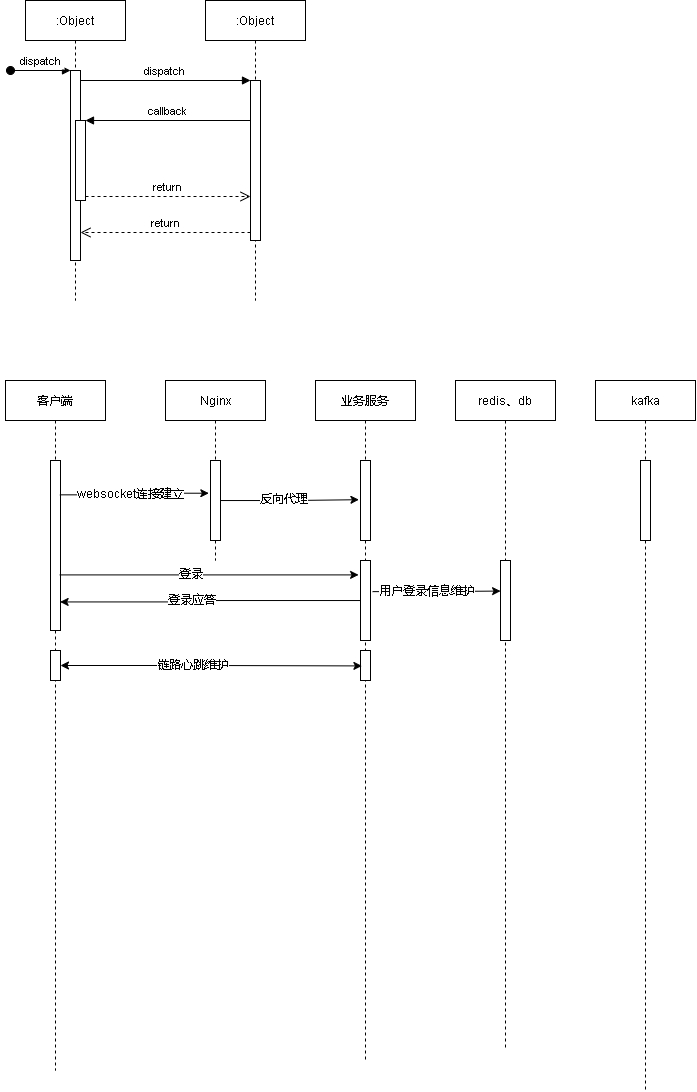
This is cgopro关键业务.drawio.png from xktder/draw, a draw.io export, as it was before one commit. Source tidied: cells renumbered, new cells last; positions are measured from the earlier drawing's top-left corner, leaving out a move shared by most shapes. Source of this version:
```xml
<mxGraphModel>
  <root>
    <mxCell id="0" />
    <mxCell id="1" parent="0" />
    <mxCell id="2" value=":Object" style="shape=umlLifeline;perimeter=lifelinePerimeter;rounded=0;shadow=0;strokeWidth=1;" parent="1" vertex="1">
      <mxGeometry x="20" width="100" height="300" as="geometry" />
    </mxCell>
    <mxCell id="3" style="points=[];perimeter=orthogonalPerimeter;rounded=0;shadow=0;strokeWidth=1;" parent="2" vertex="1">
      <mxGeometry x="45" y="70" width="10" height="190" as="geometry" />
    </mxCell>
    <mxCell id="4" value="dispatch" style="verticalAlign=bottom;startArrow=oval;endArrow=block;startSize=8;shadow=0;strokeWidth=1;" parent="2" edge="1" target="3">
      <mxGeometry relative="1" as="geometry">
        <mxPoint x="-15" y="70" as="sourcePoint" />
      </mxGeometry>
    </mxCell>
    <mxCell id="5" style="points=[];perimeter=orthogonalPerimeter;rounded=0;shadow=0;strokeWidth=1;" parent="2" vertex="1">
      <mxGeometry x="50" y="120" width="10" height="80" as="geometry" />
    </mxCell>
    <mxCell id="6" value=":Object" style="shape=umlLifeline;perimeter=lifelinePerimeter;rounded=0;shadow=0;strokeWidth=1;" parent="1" vertex="1">
      <mxGeometry x="200" width="100" height="300" as="geometry" />
    </mxCell>
    <mxCell id="7" style="points=[];perimeter=orthogonalPerimeter;rounded=0;shadow=0;strokeWidth=1;" parent="6" vertex="1">
      <mxGeometry x="45" y="80" width="10" height="160" as="geometry" />
    </mxCell>
    <mxCell id="8" value="return" style="verticalAlign=bottom;endArrow=open;dashed=1;endSize=8;exitX=0;exitY=0.95;shadow=0;strokeWidth=1;" parent="1" edge="1" source="7" target="3">
      <mxGeometry relative="1" as="geometry" />
    </mxCell>
    <mxCell id="9" value="dispatch" style="verticalAlign=bottom;endArrow=block;entryX=0;entryY=0;shadow=0;strokeWidth=1;" parent="1" edge="1" source="3" target="7">
      <mxGeometry relative="1" as="geometry" />
    </mxCell>
    <mxCell id="10" value="callback" style="verticalAlign=bottom;endArrow=block;entryX=1;entryY=0;shadow=0;strokeWidth=1;" parent="1" edge="1" source="7" target="5">
      <mxGeometry relative="1" as="geometry" />
    </mxCell>
    <mxCell id="11" value="return" style="verticalAlign=bottom;endArrow=open;dashed=1;endSize=8;exitX=1;exitY=0.95;shadow=0;strokeWidth=1;" parent="1" edge="1" source="5" target="7">
      <mxGeometry relative="1" as="geometry" />
    </mxCell>
    <mxCell id="12" value="客户端" style="shape=umlLifeline;perimeter=lifelinePerimeter;rounded=0;shadow=0;strokeWidth=1;" parent="1" vertex="1">
      <mxGeometry y="380" width="100" height="690" as="geometry" />
    </mxCell>
    <mxCell id="13" style="points=[];perimeter=orthogonalPerimeter;rounded=0;shadow=0;strokeWidth=1;" parent="12" vertex="1">
      <mxGeometry x="45" y="80" width="10" height="170" as="geometry" />
    </mxCell>
    <mxCell id="14" style="points=[];perimeter=orthogonalPerimeter;rounded=0;shadow=0;strokeWidth=1;" parent="12" vertex="1">
      <mxGeometry x="45" y="270" width="10" height="30" as="geometry" />
    </mxCell>
    <mxCell id="15" value="Nginx" style="shape=umlLifeline;perimeter=lifelinePerimeter;rounded=0;shadow=0;strokeWidth=1;" parent="1" vertex="1">
      <mxGeometry x="160" y="380" width="100" height="180" as="geometry" />
    </mxCell>
    <mxCell id="16" style="points=[];perimeter=orthogonalPerimeter;rounded=0;shadow=0;strokeWidth=1;" parent="15" vertex="1">
      <mxGeometry x="45" y="80" width="10" height="80" as="geometry" />
    </mxCell>
    <mxCell id="17" value="业务服务" style="shape=umlLifeline;perimeter=lifelinePerimeter;rounded=0;shadow=0;strokeWidth=1;" parent="1" vertex="1">
      <mxGeometry x="310" y="380" width="100" height="680" as="geometry" />
    </mxCell>
    <mxCell id="18" style="points=[];perimeter=orthogonalPerimeter;rounded=0;shadow=0;strokeWidth=1;" parent="17" vertex="1">
      <mxGeometry x="45" y="80" width="10" height="80" as="geometry" />
    </mxCell>
    <mxCell id="19" style="points=[];perimeter=orthogonalPerimeter;rounded=0;shadow=0;strokeWidth=1;" parent="17" vertex="1">
      <mxGeometry x="45" y="180" width="10" height="80" as="geometry" />
    </mxCell>
    <mxCell id="20" style="points=[];perimeter=orthogonalPerimeter;rounded=0;shadow=0;strokeWidth=1;" parent="17" vertex="1">
      <mxGeometry x="45" y="270" width="10" height="30" as="geometry" />
    </mxCell>
    <mxCell id="21" value="redis、db" style="shape=umlLifeline;perimeter=lifelinePerimeter;rounded=0;shadow=0;strokeWidth=1;" parent="1" vertex="1">
      <mxGeometry x="450" y="380" width="100" height="670" as="geometry" />
    </mxCell>
    <mxCell id="22" style="points=[];perimeter=orthogonalPerimeter;rounded=0;shadow=0;strokeWidth=1;" parent="21" vertex="1">
      <mxGeometry x="45" y="180" width="10" height="80" as="geometry" />
    </mxCell>
    <mxCell id="23" value="kafka" style="shape=umlLifeline;perimeter=lifelinePerimeter;rounded=0;shadow=0;strokeWidth=1;" parent="1" vertex="1">
      <mxGeometry x="590" y="380" width="100" height="710" as="geometry" />
    </mxCell>
    <mxCell id="24" style="perimeter=orthogonalPerimeter;rounded=0;shadow=0;strokeWidth=1;" parent="23" vertex="1">
      <mxGeometry x="45" y="80" width="10" height="80" as="geometry" />
    </mxCell>
    <mxCell id="25" style="edgeStyle=orthogonalEdgeStyle;rounded=0;jettySize=auto;html=1;entryX=-0.167;entryY=0.409;entryDx=0;entryDy=0;entryPerimeter=0;exitX=0.938;exitY=0.202;exitDx=0;exitDy=0;exitPerimeter=0;" parent="1" edge="1" source="13" target="16">
      <mxGeometry relative="1" as="geometry" />
    </mxCell>
    <mxCell id="26" value="websocket连接建立" style="edgeLabel;html=1;align=center;verticalAlign=middle;" parent="25" vertex="1">
      <mxGeometry x="-0.07" y="1" relative="1" as="geometry" />
    </mxCell>
    <mxCell id="27" style="edgeStyle=orthogonalEdgeStyle;rounded=0;jettySize=auto;html=1;entryX=-0.157;entryY=0.49;entryDx=0;entryDy=0;entryPerimeter=0;" parent="1" edge="1" source="16" target="18">
      <mxGeometry relative="1" as="geometry" />
    </mxCell>
    <mxCell id="28" value="反向代理" style="edgeLabel;html=1;align=center;verticalAlign=middle;" parent="27" vertex="1">
      <mxGeometry x="-0.1" y="1" relative="1" as="geometry" />
    </mxCell>
    <mxCell id="29" style="edgeStyle=orthogonalEdgeStyle;rounded=0;jettySize=auto;html=1;entryX=-0.19;entryY=0.18;entryDx=0;entryDy=0;entryPerimeter=0;exitX=0.907;exitY=0.673;exitDx=0;exitDy=0;exitPerimeter=0;" parent="1" edge="1" source="13" target="19">
      <mxGeometry relative="1" as="geometry" />
    </mxCell>
    <mxCell id="30" value="登录" style="edgeLabel;html=1;align=center;verticalAlign=middle;" parent="29" vertex="1">
      <mxGeometry x="-0.13" y="1" relative="1" as="geometry" />
    </mxCell>
    <mxCell id="31" style="edgeStyle=orthogonalEdgeStyle;rounded=0;jettySize=auto;html=1;entryX=0.962;entryY=0.832;entryDx=0;entryDy=0;entryPerimeter=0;" parent="1" edge="1" source="19" target="13">
      <mxGeometry relative="1" as="geometry" />
    </mxCell>
    <mxCell id="32" value="登录应答" style="edgeLabel;html=1;align=center;verticalAlign=middle;" parent="31" vertex="1">
      <mxGeometry x="0.14" y="-2" relative="1" as="geometry" />
    </mxCell>
    <mxCell id="33" style="edgeStyle=orthogonalEdgeStyle;rounded=0;jettySize=auto;html=1;entryX=0.007;entryY=0.382;entryDx=0;entryDy=0;entryPerimeter=0;exitX=1.207;exitY=0.389;exitDx=0;exitDy=0;exitPerimeter=0;" parent="1" edge="1" source="19" target="22">
      <mxGeometry relative="1" as="geometry" />
    </mxCell>
    <mxCell id="34" value="用户登录信息维护" style="edgeLabel;html=1;align=center;verticalAlign=middle;" parent="33" vertex="1">
      <mxGeometry x="-0.17" relative="1" as="geometry" />
    </mxCell>
    <mxCell id="35" style="edgeStyle=orthogonalEdgeStyle;rounded=0;jettySize=auto;html=1;entryX=0.141;entryY=0.514;entryDx=0;entryDy=0;entryPerimeter=0;startArrow=classic;startFill=1;" parent="1" edge="1" source="14" target="20">
      <mxGeometry relative="1" as="geometry" />
    </mxCell>
    <mxCell id="36" value="链路心跳维护" style="edgeLabel;html=1;align=center;verticalAlign=middle;" parent="35" vertex="1">
      <mxGeometry x="-0.13" relative="1" as="geometry" />
    </mxCell>
  </root>
</mxGraphModel>
```
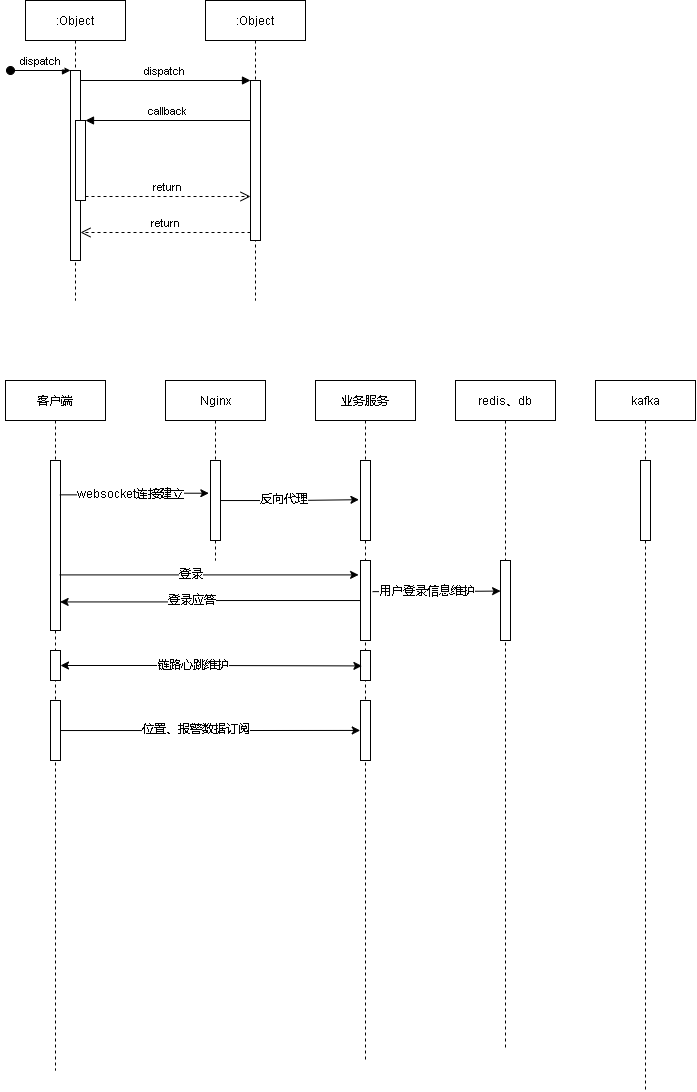
Above is the later version.

Commit message:
更新cgopro关键业务.drawio.png

What changed in the source:
```diff
@@ -43,6 +43,9 @@
     <mxCell id="14" style="points=[];perimeter=orthogonalPerimeter;rounded=0;shadow=0;strokeWidth=1;" parent="12" vertex="1">
       <mxGeometry x="45" y="270" width="10" height="30" as="geometry" />
     </mxCell>
+    <mxCell id="37" style="points=[];perimeter=orthogonalPerimeter;rounded=0;shadow=0;strokeWidth=1;" parent="12" vertex="1">
+      <mxGeometry x="45" y="320" width="10" height="60" as="geometry" />
+    </mxCell>
     <mxCell id="15" value="Nginx" style="shape=umlLifeline;perimeter=lifelinePerimeter;rounded=0;shadow=0;strokeWidth=1;" parent="1" vertex="1">
       <mxGeometry x="160" y="380" width="100" height="180" as="geometry" />
     </mxCell>
@@ -61,6 +64,9 @@
     <mxCell id="20" style="points=[];perimeter=orthogonalPerimeter;rounded=0;shadow=0;strokeWidth=1;" parent="17" vertex="1">
       <mxGeometry x="45" y="270" width="10" height="30" as="geometry" />
     </mxCell>
+    <mxCell id="38" style="points=[];perimeter=orthogonalPerimeter;rounded=0;shadow=0;strokeWidth=1;" parent="17" vertex="1">
+      <mxGeometry x="45" y="320" width="10" height="60" as="geometry" />
+    </mxCell>
     <mxCell id="21" value="redis、db" style="shape=umlLifeline;perimeter=lifelinePerimeter;rounded=0;shadow=0;strokeWidth=1;" parent="1" vertex="1">
       <mxGeometry x="450" y="380" width="100" height="670" as="geometry" />
     </mxCell>
@@ -109,5 +115,11 @@
     <mxCell id="36" value="链路心跳维护" style="edgeLabel;html=1;align=center;verticalAlign=middle;" parent="35" vertex="1">
       <mxGeometry x="-0.13" relative="1" as="geometry" />
     </mxCell>
+    <mxCell id="39" style="edgeStyle=orthogonalEdgeStyle;rounded=0;jettySize=auto;html=1;entryX=-0.024;entryY=0.499;entryDx=0;entryDy=0;entryPerimeter=0;startArrow=none;startFill=0;" parent="1" edge="1" source="37" target="38">
+      <mxGeometry relative="1" as="geometry" />
+    </mxCell>
+    <mxCell id="40" value="位置、报警数据订阅" style="edgeLabel;html=1;align=center;verticalAlign=middle;" parent="39" vertex="1">
+      <mxGeometry x="-0.1" y="1" relative="1" as="geometry" />
+    </mxCell>
   </root>
 </mxGraphModel>
```
